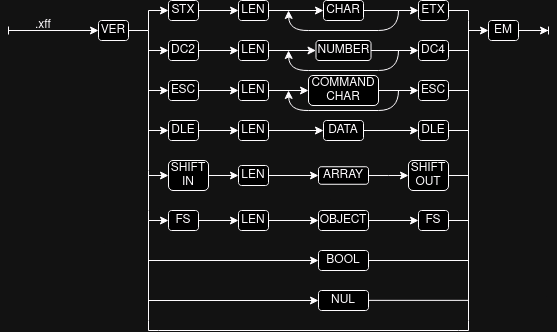
The draw.io diagram pictures/xff_v1-main-chart-nice.png in Xqhare/nabu, before a commit. Source tidied: cells renumbered, new cells last; positions are measured from the earlier drawing's top-left corner, leaving out a move shared by most shapes.
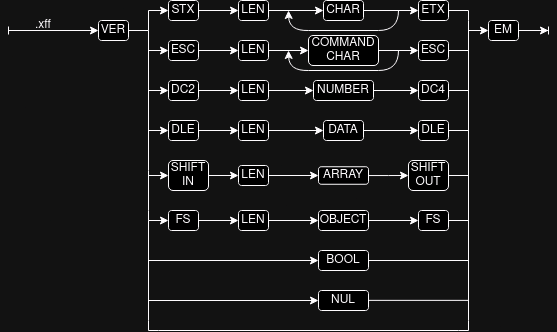
Later version of the same file.

Diff of the diagram source:
```diff
@@ -22,7 +22,7 @@
     <mxCell id="7" style="edgeStyle=orthogonalEdgeStyle;rounded=0;jettySize=auto;html=1;entryX=0;entryY=0.5;entryDx=0;entryDy=0;" parent="1" edge="1" source="8" target="18">
       <mxGeometry relative="1" as="geometry" />
     </mxCell>
-    <mxCell id="8" value="ESC" style="rounded=1;whiteSpace=wrap;html=1;" parent="1" vertex="1">
+    <mxCell id="8" value="DC2" style="rounded=1;whiteSpace=wrap;html=1;" parent="1" vertex="1">
       <mxGeometry x="160" y="80" width="30" height="20" as="geometry" />
     </mxCell>
     <mxCell id="9" style="edgeStyle=orthogonalEdgeStyle;rounded=0;jettySize=auto;html=1;entryX=0;entryY=0.5;entryDx=0;entryDy=0;" parent="1" edge="1" source="10" target="19">
@@ -49,7 +49,7 @@
     <mxCell id="16" value="LEN" style="rounded=1;whiteSpace=wrap;html=1;" parent="1" vertex="1">
       <mxGeometry x="230" width="30" height="20" as="geometry" />
     </mxCell>
-    <mxCell id="17" style="edgeStyle=orthogonalEdgeStyle;rounded=0;jettySize=auto;html=1;entryX=0;entryY=0.5;entryDx=0;entryDy=0;" parent="1" edge="1" source="18" target="29">
+    <mxCell id="17" style="edgeStyle=orthogonalEdgeStyle;rounded=0;jettySize=auto;html=1;entryX=0;entryY=0.5;entryDx=0;entryDy=0;" parent="1" edge="1" source="18" target="55">
       <mxGeometry relative="1" as="geometry" />
     </mxCell>
     <mxCell id="18" value="LEN" style="rounded=1;whiteSpace=wrap;html=1;" parent="1" vertex="1">
@@ -82,11 +82,14 @@
     <mxCell id="27" value="DATA" style="rounded=1;whiteSpace=wrap;html=1;" parent="1" vertex="1">
       <mxGeometry x="315" y="120" width="40" height="20" as="geometry" />
     </mxCell>
-    <mxCell id="28" style="edgeStyle=orthogonalEdgeStyle;rounded=0;jettySize=auto;html=1;entryX=0;entryY=0.5;entryDx=0;entryDy=0;" parent="1" edge="1" source="29" target="39">
+    <mxCell id="28" style="edgeStyle=orthogonalEdgeStyle;rounded=0;jettySize=auto;html=1;entryX=0;entryY=0.5;entryDx=0;entryDy=0;exitX=1;exitY=0.5;exitDx=0;exitDy=0;" parent="1" edge="1" source="55" target="39">
       <mxGeometry relative="1" as="geometry" />
     </mxCell>
+    <mxCell id="86" style="edgeStyle=orthogonalEdgeStyle;rounded=0;jettySize=auto;html=1;entryX=0;entryY=0.5;entryDx=0;entryDy=0;" parent="1" edge="1" source="29" target="57">
+      <mxGeometry relative="1" as="geometry" />
+    </mxCell>
     <mxCell id="29" value="&lt;div&gt;COMMAND CHAR&lt;br&gt;&lt;/div&gt;" style="rounded=1;whiteSpace=wrap;html=1;" parent="1" vertex="1">
-      <mxGeometry x="300" y="75" width="70" height="30" as="geometry" />
+      <mxGeometry x="300" y="35" width="70" height="30" as="geometry" />
     </mxCell>
     <mxCell id="30" style="edgeStyle=orthogonalEdgeStyle;rounded=0;jettySize=auto;html=1;entryX=0;entryY=0.5;entryDx=0;entryDy=0;" parent="1" edge="1" source="31" target="37">
       <mxGeometry relative="1" as="geometry" />
@@ -119,7 +122,7 @@
         <mxPoint x="460" y="90" as="targetPoint" />
       </mxGeometry>
     </mxCell>
-    <mxCell id="39" value="ESC" style="rounded=1;whiteSpace=wrap;html=1;" parent="1" vertex="1">
+    <mxCell id="39" value="DC4" style="rounded=1;whiteSpace=wrap;html=1;" parent="1" vertex="1">
       <mxGeometry x="410" y="80" width="30" height="20" as="geometry" />
     </mxCell>
     <mxCell id="40" value="ETX" style="rounded=1;whiteSpace=wrap;html=1;" parent="1" vertex="1">
@@ -181,27 +184,18 @@
     <mxCell id="50" style="edgeStyle=orthogonalEdgeStyle;rounded=0;jettySize=auto;html=1;exitX=1;exitY=0.5;exitDx=0;exitDy=0;entryX=0;entryY=0.5;entryDx=0;entryDy=0;" parent="1" edge="1" source="51" target="53">
       <mxGeometry relative="1" as="geometry" />
     </mxCell>
-    <mxCell id="51" value="DC2" style="rounded=1;whiteSpace=wrap;html=1;" parent="1" vertex="1">
+    <mxCell id="51" value="ESC" style="rounded=1;whiteSpace=wrap;html=1;" parent="1" vertex="1">
       <mxGeometry x="160" y="40" width="30" height="20" as="geometry" />
     </mxCell>
-    <mxCell id="52" style="edgeStyle=orthogonalEdgeStyle;rounded=0;jettySize=auto;html=1;exitX=1;exitY=0.5;exitDx=0;exitDy=0;entryX=0;entryY=0.5;entryDx=0;entryDy=0;" parent="1" edge="1" source="53" target="55">
-      <mxGeometry relative="1" as="geometry" />
-    </mxCell>
     <mxCell id="53" value="LEN" style="rounded=1;whiteSpace=wrap;html=1;" parent="1" vertex="1">
       <mxGeometry x="230" y="40" width="30" height="20" as="geometry" />
     </mxCell>
-    <mxCell id="54" style="edgeStyle=orthogonalEdgeStyle;rounded=0;jettySize=auto;html=1;entryX=0;entryY=0.5;entryDx=0;entryDy=0;" parent="1" edge="1" source="55" target="57">
-      <mxGeometry relative="1" as="geometry" />
-    </mxCell>
-    <mxCell id="55" value="NUMBER" style="rounded=1;whiteSpace=wrap;html=1;" parent="1" vertex="1">
-      <mxGeometry x="307.5" y="40" width="55" height="20" as="geometry" />
-    </mxCell>
     <mxCell id="56" style="edgeStyle=orthogonalEdgeStyle;rounded=0;jettySize=auto;html=1;endArrow=none;endFill=0;" parent="1" edge="1" source="57">
       <mxGeometry relative="1" as="geometry">
         <mxPoint x="460" y="50" as="targetPoint" />
       </mxGeometry>
     </mxCell>
-    <mxCell id="57" value="DC4" style="rounded=1;whiteSpace=wrap;html=1;" parent="1" vertex="1">
+    <mxCell id="57" value="ESC" style="rounded=1;whiteSpace=wrap;html=1;" parent="1" vertex="1">
       <mxGeometry x="410" y="40" width="30" height="20" as="geometry" />
     </mxCell>
     <mxCell id="58" value="BOOL" style="rounded=1;whiteSpace=wrap;html=1;" parent="1" vertex="1">
@@ -274,46 +268,25 @@
         <mxPoint x="140" y="50" as="sourcePoint" />
       </mxGeometry>
     </mxCell>
-    <mxCell id="70" style="endArrow=none;html=1;rounded=0;edgeStyle=orthogonalEdgeStyle;curved=1;endFill=0;" parent="1" edge="1">
-      <mxGeometry relative="1" as="geometry">
-        <mxPoint x="390" y="50" as="sourcePoint" />
-        <mxPoint x="370" y="70" as="targetPoint" />
-        <Array as="points">
-          <mxPoint x="390" y="70" />
-        </Array>
-      </mxGeometry>
-    </mxCell>
-    <mxCell id="71" style="endArrow=none;html=1;rounded=0;" parent="1" edge="1">
-      <mxGeometry relative="1" as="geometry">
-        <mxPoint x="300" y="70" as="sourcePoint" />
-        <mxPoint x="370" y="70" as="targetPoint" />
-      </mxGeometry>
-    </mxCell>
-    <mxCell id="72" style="endArrow=classic;html=1;rounded=0;edgeStyle=orthogonalEdgeStyle;curved=1;" parent="1" edge="1">
-      <mxGeometry relative="1" as="geometry">
-        <mxPoint x="300" y="70" as="sourcePoint" />
-        <mxPoint x="280" y="50" as="targetPoint" />
-      </mxGeometry>
-    </mxCell>
     <mxCell id="73" style="endArrow=none;html=1;rounded=0;edgeStyle=orthogonalEdgeStyle;curved=1;endFill=0;" parent="1" edge="1">
       <mxGeometry relative="1" as="geometry">
-        <mxPoint x="390" y="90" as="sourcePoint" />
-        <mxPoint x="370" y="110" as="targetPoint" />
+        <mxPoint x="390" y="50" as="sourcePoint" />
+        <mxPoint x="370" y="70" as="targetPoint" />
         <Array as="points">
-          <mxPoint x="390" y="110" />
+          <mxPoint x="390" y="70" />
         </Array>
       </mxGeometry>
     </mxCell>
     <mxCell id="74" style="endArrow=none;html=1;rounded=0;" parent="1" edge="1">
       <mxGeometry relative="1" as="geometry">
-        <mxPoint x="300" y="110" as="sourcePoint" />
-        <mxPoint x="370" y="110" as="targetPoint" />
+        <mxPoint x="300" y="70" as="sourcePoint" />
+        <mxPoint x="370" y="70" as="targetPoint" />
       </mxGeometry>
     </mxCell>
     <mxCell id="75" style="endArrow=classic;html=1;rounded=0;edgeStyle=orthogonalEdgeStyle;curved=1;" parent="1" edge="1">
       <mxGeometry relative="1" as="geometry">
-        <mxPoint x="300" y="110" as="sourcePoint" />
-        <mxPoint x="280" y="90" as="targetPoint" />
+        <mxPoint x="300" y="70" as="sourcePoint" />
+        <mxPoint x="280" y="50" as="targetPoint" />
       </mxGeometry>
     </mxCell>
     <mxCell id="76" style="edgeStyle=orthogonalEdgeStyle;rounded=0;jettySize=auto;html=1;entryX=0;entryY=0.5;entryDx=0;entryDy=0;" parent="1" edge="1" source="19" target="27">
@@ -374,5 +347,11 @@
         <mxPoint x="520" y="30" as="targetPoint" />
       </mxGeometry>
     </mxCell>
+    <mxCell id="55" value="NUMBER" style="rounded=1;whiteSpace=wrap;html=1;" parent="1" vertex="1">
+      <mxGeometry x="305" y="80" width="60" height="20" as="geometry" />
+    </mxCell>
+    <mxCell id="87" style="edgeStyle=orthogonalEdgeStyle;rounded=0;jettySize=auto;html=1;entryX=0;entryY=0.5;entryDx=0;entryDy=0;" parent="1" edge="1" source="53" target="29">
+      <mxGeometry relative="1" as="geometry" />
+    </mxCell>
   </root>
 </mxGraphModel>
```
